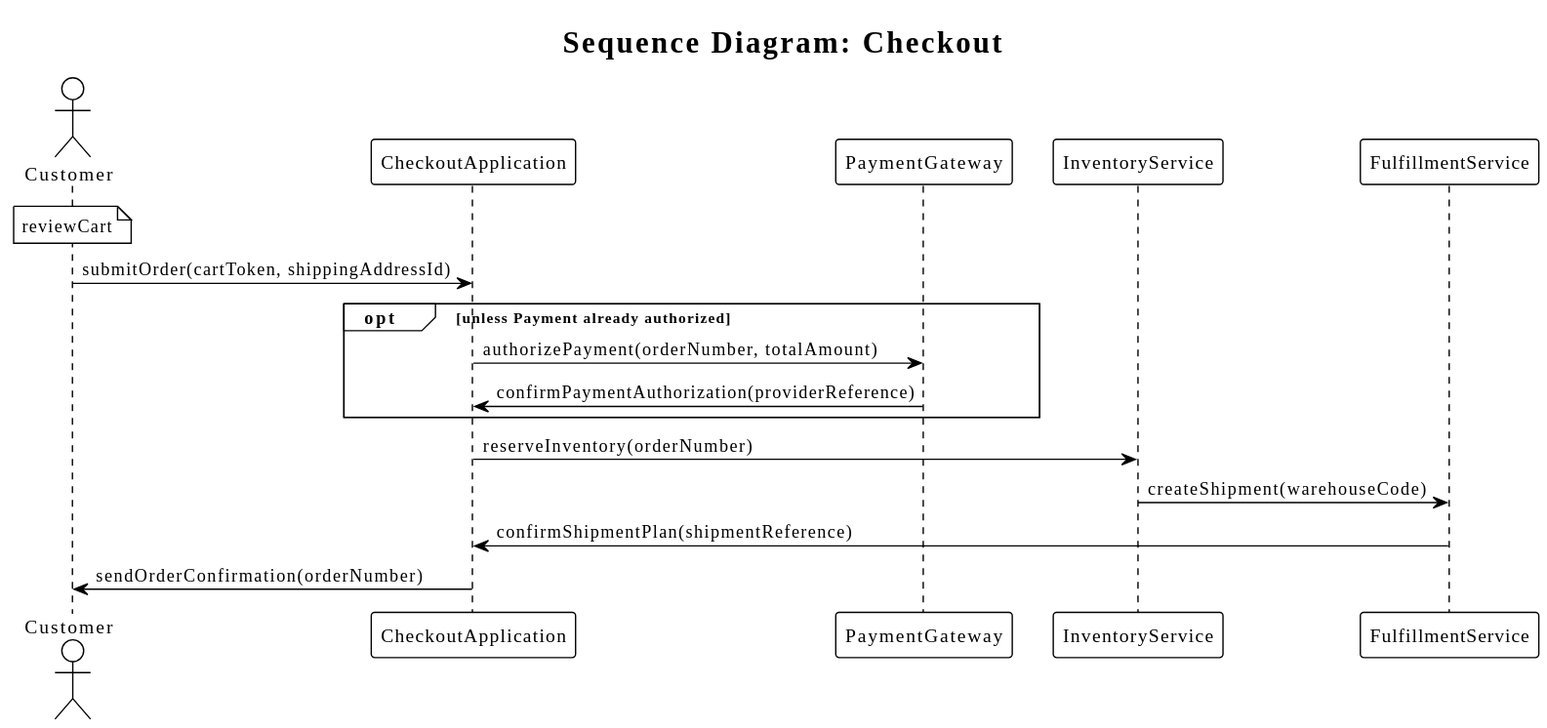
fredoslav2004/modt-core keeps this PlantUML diagram as examples/commerce-platform/generated/sequence/CommercePlatform_Checkout.sequence.svg. Above is the earlier version.
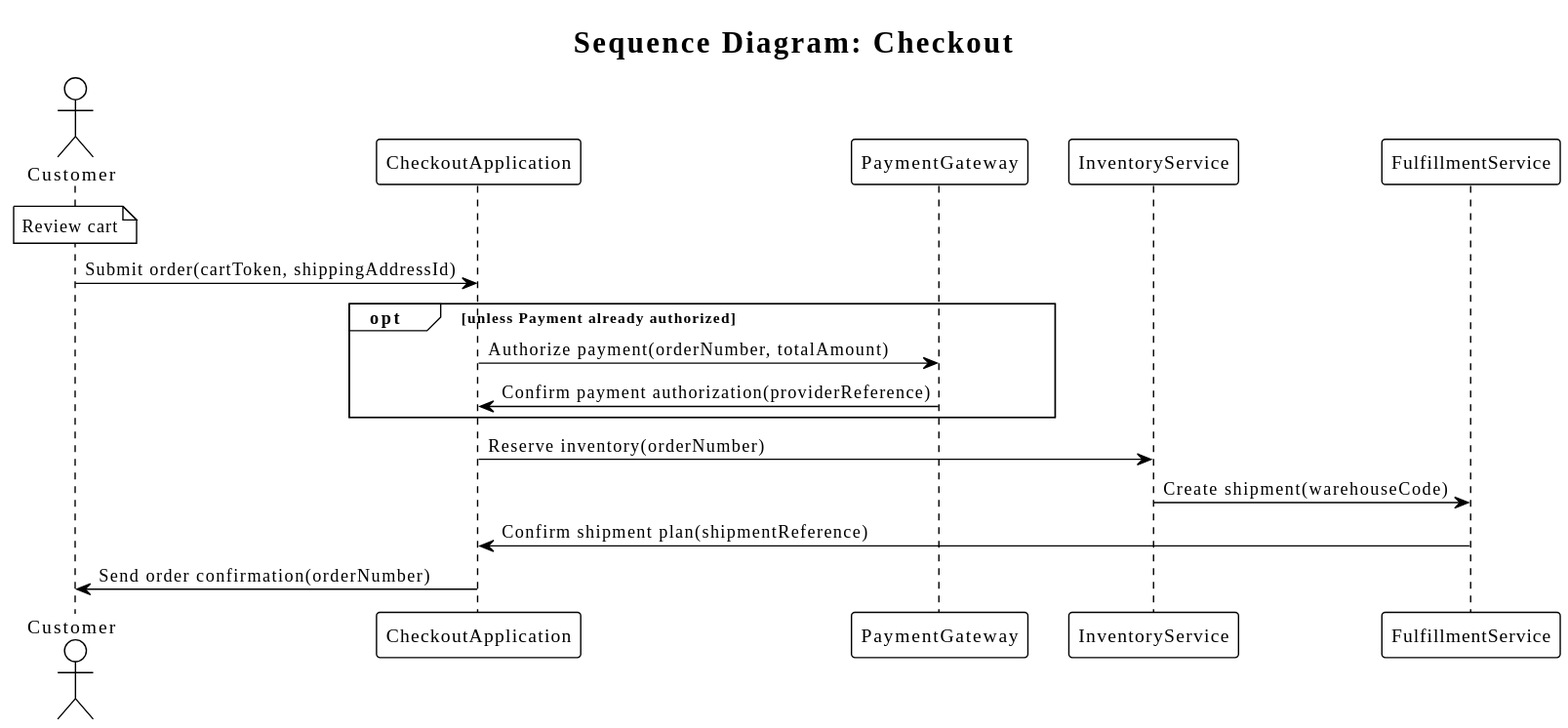
After the commit.

What changed in the source:
```diff
@@ -8,14 +8,14 @@
 participant "InventoryService" as InventoryService
 participant "FulfillmentService" as FulfillmentService
 
-note over Actor : reviewCart
-Actor -> CheckoutApplication : submitOrder(cartToken, shippingAddressId)
+note over Actor : Review cart
+Actor -> CheckoutApplication : Submit order(cartToken, shippingAddressId)
 opt unless Payment already authorized
-CheckoutApplication -> PaymentGateway : authorizePayment(orderNumber, totalAmount)
-PaymentGateway -> CheckoutApplication : confirmPaymentAuthorization(providerReference)
+CheckoutApplication -> PaymentGateway : Authorize payment(orderNumber, totalAmount)
+PaymentGateway -> CheckoutApplication : Confirm payment authorization(providerReference)
 end
-CheckoutApplication -> InventoryService : reserveInventory(orderNumber)
-InventoryService -> FulfillmentService : createShipment(warehouseCode)
-FulfillmentService -> CheckoutApplication : confirmShipmentPlan(shipmentReference)
-CheckoutApplication -> Actor : sendOrderConfirmation(orderNumber)
+CheckoutApplication -> InventoryService : Reserve inventory(orderNumber)
+InventoryService -> FulfillmentService : Create shipment(warehouseCode)
+FulfillmentService -> CheckoutApplication : Confirm shipment plan(shipmentReference)
+CheckoutApplication -> Actor : Send order confirmation(orderNumber)
 @enduml
```
